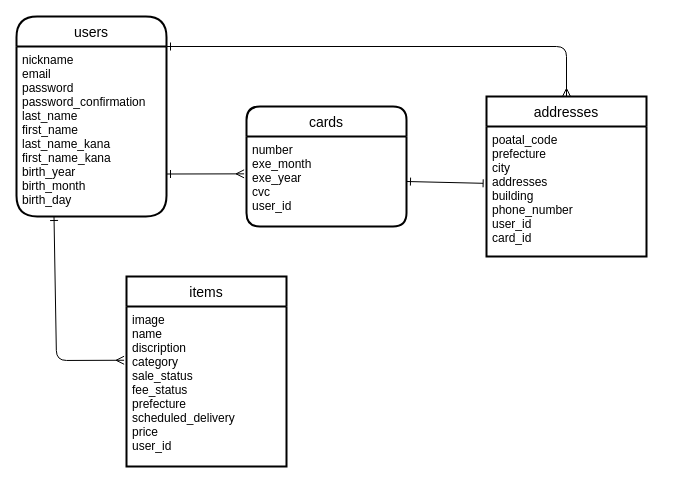
The draw.io diagram ER.dio in tectoshi/furima-38678, before the edit. Source tidied: cells renumbered, new cells numbered last; positions are measured from the earlier drawing's top-left corner, leaving out a move shared by most shapes. Both pictures are drawn from the tidied source at 100%, with x=0, y=0 at pixel (16, 16).
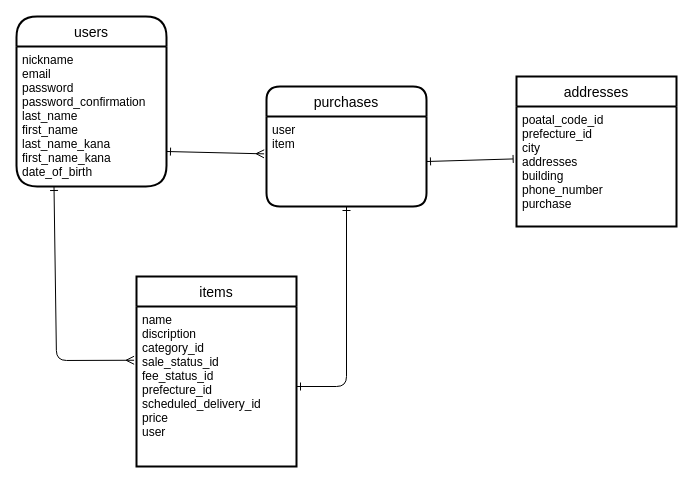
After the change.

Diff of the diagram source:
```diff
@@
 <mxGraphModel>
   <root>
     <mxCell id="0" />
     <mxCell id="1" parent="0" />
     <mxCell id="2" value="users" style="swimlane;horizontal=1;startSize=30;rounded=1;fontSize=14;fontStyle=0;strokeWidth=2;shadow=0;dashed=0;align=center;arcSize=23;" parent="1" vertex="1">
-      <mxGeometry width="150" height="200" as="geometry" />
+      <mxGeometry width="150" height="170" as="geometry" />
     </mxCell>
-    <mxCell id="3" value="nickname&#10;email&#10;password&#10;password_confirmation&#10;last_name&#10;first_name&#10;last_name_kana&#10;first_name_kana&#10;birth_year&#10;birth_month&#10;birth_day" style="align=left;strokeColor=none;fillColor=none;spacingLeft=4;fontSize=12;verticalAlign=top;" parent="2" vertex="1">
-      <mxGeometry y="30" width="150" height="170" as="geometry" />
+    <mxCell id="3" value="nickname&#10;email&#10;password&#10;password_confirmation&#10;last_name&#10;first_name&#10;last_name_kana&#10;first_name_kana&#10;date_of_birth" style="align=left;strokeColor=none;fillColor=none;spacingLeft=4;fontSize=12;verticalAlign=top;" parent="2" vertex="1">
+      <mxGeometry y="30" width="150" height="140" as="geometry" />
     </mxCell>
     <mxCell id="4" value="items" style="swimlane;horizontal=1;startSize=30;rounded=1;fontSize=14;fontStyle=0;strokeWidth=2;shadow=0;dashed=0;align=center;arcSize=0;" parent="1" vertex="1">
-      <mxGeometry x="110" y="260" width="160" height="190" as="geometry" />
+      <mxGeometry x="120" y="260" width="160" height="190" as="geometry" />
     </mxCell>
-    <mxCell id="5" value="image&#10;name&#10;discription&#10;category&#10;sale_status&#10;fee_status&#10;prefecture&#10;scheduled_delivery&#10;price&#10;user_id" style="align=left;strokeColor=none;fillColor=none;spacingLeft=4;fontSize=12;verticalAlign=top;" parent="4" vertex="1">
+    <mxCell id="5" value="name&#10;discription&#10;category_id&#10;sale_status_id&#10;fee_status_id&#10;prefecture_id&#10;scheduled_delivery_id&#10;price&#10;user" style="align=left;strokeColor=none;fillColor=none;spacingLeft=4;fontSize=12;verticalAlign=top;" parent="4" vertex="1">
       <mxGeometry y="30" width="160" height="160" as="geometry" />
     </mxCell>
-    <mxCell id="6" value="cards" style="swimlane;horizontal=1;startSize=30;rounded=1;fontSize=14;fontStyle=0;strokeWidth=2;shadow=0;dashed=0;align=center;" parent="1" vertex="1">
-      <mxGeometry x="230" y="90" width="160" height="120" as="geometry" />
+    <mxCell id="6" value="purchases" style="swimlane;horizontal=1;startSize=30;rounded=1;fontSize=14;fontStyle=0;strokeWidth=2;shadow=0;dashed=0;align=center;" parent="1" vertex="1">
+      <mxGeometry x="250" y="70" width="160" height="120" as="geometry" />
     </mxCell>
-    <mxCell id="7" value="number&#10;exe_month&#10;exe_year&#10;cvc&#10;user_id" style="align=left;strokeColor=none;fillColor=none;spacingLeft=4;fontSize=12;verticalAlign=top;" parent="6" vertex="1">
+    <mxCell id="7" value="user&#10;item" style="align=left;strokeColor=none;fillColor=none;spacingLeft=4;fontSize=12;verticalAlign=top;" parent="6" vertex="1">
       <mxGeometry y="30" width="160" height="90" as="geometry" />
     </mxCell>
     <mxCell id="8" value="addresses" style="swimlane;horizontal=1;startSize=30;rounded=1;fontSize=14;fontStyle=0;strokeWidth=2;shadow=0;dashed=0;align=center;arcSize=0;" parent="1" vertex="1">
-      <mxGeometry x="470" y="80" width="160" height="160" as="geometry" />
+      <mxGeometry x="500" y="60" width="160" height="150" as="geometry" />
     </mxCell>
-    <mxCell id="9" value="poatal_code&#10;prefecture&#10;city&#10;addresses&#10;building&#10;phone_number&#10;user_id&#10;card_id" style="align=left;strokeColor=none;fillColor=none;spacingLeft=4;fontSize=12;verticalAlign=top;" parent="8" vertex="1">
-      <mxGeometry y="30" width="160" height="130" as="geometry" />
+    <mxCell id="9" value="poatal_code_id&#10;prefecture_id&#10;city&#10;addresses&#10;building&#10;phone_number&#10;purchase" style="align=left;strokeColor=none;fillColor=none;spacingLeft=4;fontSize=12;verticalAlign=top;" parent="8" vertex="1">
+      <mxGeometry y="30" width="160" height="120" as="geometry" />
     </mxCell>
     <mxCell id="10" style="edgeStyle=none;html=1;exitX=0.25;exitY=1;exitDx=0;exitDy=0;entryX=-0.015;entryY=0.336;entryDx=0;entryDy=0;entryPerimeter=0;endArrow=ERmany;endFill=0;startArrow=ERone;startFill=0;" parent="1" edge="1" source="3" target="5">
       <mxGeometry relative="1" as="geometry">
         <Array as="points">
           <mxPoint x="40" y="344" />
         </Array>
       </mxGeometry>
     </mxCell>
     <mxCell id="11" style="edgeStyle=none;html=1;exitX=1;exitY=0.75;exitDx=0;exitDy=0;entryX=-0.015;entryY=0.415;entryDx=0;entryDy=0;entryPerimeter=0;startArrow=ERone;startFill=0;endArrow=ERmany;endFill=0;" parent="1" edge="1" source="3" target="7">
       <mxGeometry relative="1" as="geometry" />
     </mxCell>
-    <mxCell id="12" style="edgeStyle=none;html=1;exitX=1;exitY=0;exitDx=0;exitDy=0;entryX=0.5;entryY=0;entryDx=0;entryDy=0;startArrow=ERone;startFill=0;endArrow=ERmany;endFill=0;" parent="1" edge="1" source="3" target="8">
-      <mxGeometry relative="1" as="geometry">
-        <Array as="points">
-          <mxPoint x="550" y="30" />
-        </Array>
-      </mxGeometry>
-    </mxCell>
     <mxCell id="13" style="edgeStyle=none;html=1;exitX=1;exitY=0.5;exitDx=0;exitDy=0;entryX=-0.021;entryY=0.437;entryDx=0;entryDy=0;entryPerimeter=0;startArrow=ERone;startFill=0;endArrow=baseDash;endFill=0;" parent="1" edge="1" source="7" target="9">
       <mxGeometry relative="1" as="geometry" />
     </mxCell>
+    <mxCell id="14" style="edgeStyle=none;html=1;exitX=1;exitY=0.5;exitDx=0;exitDy=0;endArrow=ERone;endFill=0;startArrow=ERone;startFill=0;" parent="1" edge="1" source="5" target="7">
+      <mxGeometry relative="1" as="geometry">
+        <Array as="points">
+          <mxPoint x="330" y="370" />
+        </Array>
+      </mxGeometry>
+    </mxCell>
   </root>
 </mxGraphModel>
```
